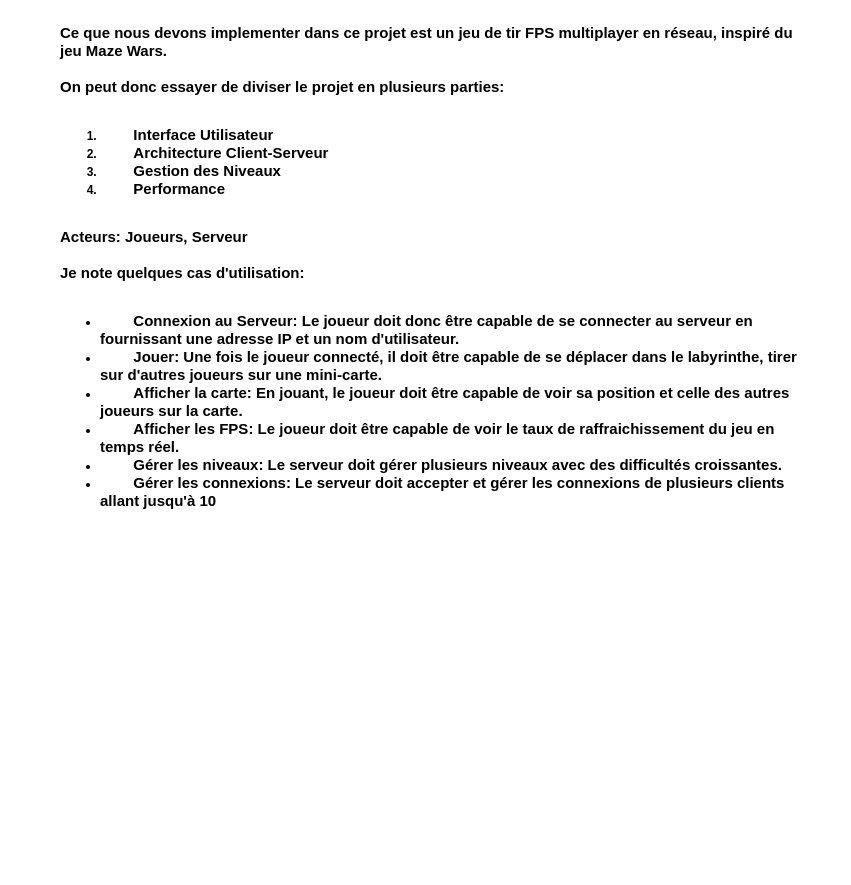
Above: multiplayer.drawio in codinggoline/diagrams (draw.io), before the change. Source tidied: cells renumbered, new cells numbered last; positions are measured from the earlier drawing's top-left corner, leaving out a move shared by most shapes. Both pictures are drawn from the tidied source at 100%, with x=0, y=0 at pixel (58, 17).
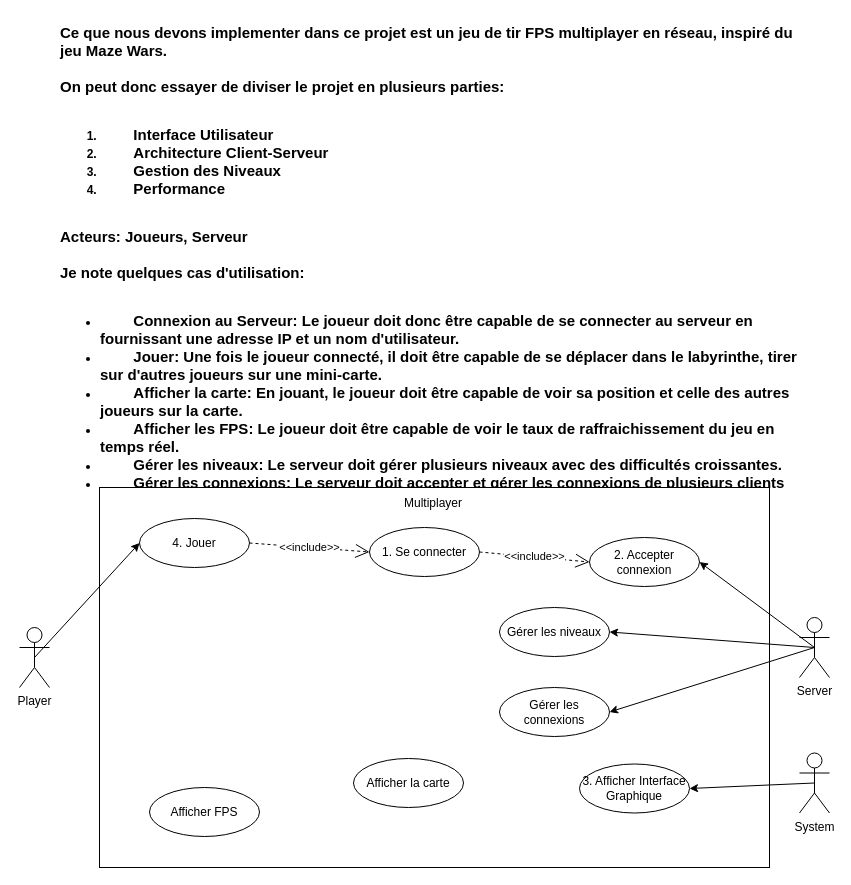
The same diagram, later.

Commit message:
Use case diagram

Change to the diagram source:
```diff
@@
+    <mxCell id="3" value="&lt;div align=&quot;left&quot;&gt;&lt;br&gt;&lt;/div&gt;" style="rounded=0;whiteSpace=wrap;html=1;" parent="1" vertex="1">
+      <mxGeometry x="41" y="470" width="670" height="380" as="geometry" />
+    </mxCell>
+    <mxCell id="4" value="Multiplayer" style="text;html=1;align=center;verticalAlign=middle;whiteSpace=wrap;rounded=0;" parent="1" vertex="1">
+      <mxGeometry x="345" y="471" width="60" height="30" as="geometry" />
+    </mxCell>
+    <mxCell id="5" style="rounded=0;jettySize=auto;html=1;exitX=0.5;exitY=0.5;exitDx=0;exitDy=0;exitPerimeter=0;entryX=0;entryY=0.5;entryDx=0;entryDy=0;" parent="1" edge="1" source="6" target="13">
+      <mxGeometry relative="1" as="geometry" />
+    </mxCell>
+    <mxCell id="6" value="Player" style="shape=umlActor;verticalLabelPosition=bottom;verticalAlign=top;html=1;outlineConnect=0;" parent="1" vertex="1">
+      <mxGeometry x="-39" y="610" width="30" height="60" as="geometry" />
+    </mxCell>
+    <mxCell id="7" style="rounded=0;jettySize=auto;html=1;exitX=0.5;exitY=0.5;exitDx=0;exitDy=0;exitPerimeter=0;entryX=1;entryY=0.5;entryDx=0;entryDy=0;" parent="1" edge="1" source="10" target="18">
+      <mxGeometry relative="1" as="geometry" />
+    </mxCell>
+    <mxCell id="8" style="rounded=0;jettySize=auto;html=1;exitX=0.5;exitY=0.5;exitDx=0;exitDy=0;exitPerimeter=0;entryX=1;entryY=0.5;entryDx=0;entryDy=0;" parent="1" edge="1" source="10" target="16">
+      <mxGeometry relative="1" as="geometry" />
+    </mxCell>
+    <mxCell id="9" style="rounded=0;jettySize=auto;html=1;exitX=0.5;exitY=0.5;exitDx=0;exitDy=0;exitPerimeter=0;entryX=1;entryY=0.5;entryDx=0;entryDy=0;" parent="1" edge="1" source="10" target="15">
+      <mxGeometry relative="1" as="geometry" />
+    </mxCell>
+    <mxCell id="10" value="&lt;div&gt;Server&lt;/div&gt;" style="shape=umlActor;verticalLabelPosition=bottom;verticalAlign=top;html=1;outlineConnect=0;" parent="1" vertex="1">
+      <mxGeometry x="741" y="600" width="30" height="60" as="geometry" />
+    </mxCell>
+    <mxCell id="11" style="rounded=0;jettySize=auto;html=1;exitX=0.5;exitY=0.5;exitDx=0;exitDy=0;exitPerimeter=0;entryX=1;entryY=0.5;entryDx=0;entryDy=0;" parent="1" edge="1" source="12" target="19">
+      <mxGeometry relative="1" as="geometry" />
+    </mxCell>
+    <mxCell id="12" value="System" style="shape=umlActor;verticalLabelPosition=bottom;verticalAlign=top;html=1;outlineConnect=0;" parent="1" vertex="1">
+      <mxGeometry x="741" y="735.5" width="30" height="60" as="geometry" />
+    </mxCell>
+    <mxCell id="13" value="4. Jouer" style="ellipse;whiteSpace=wrap;html=1;" parent="1" vertex="1">
+      <mxGeometry x="81" y="501" width="110" height="49" as="geometry" />
+    </mxCell>
+    <mxCell id="14" value="1. Se connecter" style="ellipse;whiteSpace=wrap;html=1;" parent="1" vertex="1">
+      <mxGeometry x="311" y="510" width="110" height="49" as="geometry" />
+    </mxCell>
+    <mxCell id="15" value="Gérer les niveaux" style="ellipse;whiteSpace=wrap;html=1;" parent="1" vertex="1">
+      <mxGeometry x="441" y="590" width="110" height="49" as="geometry" />
+    </mxCell>
+    <mxCell id="16" value="2. Accepter connexion" style="ellipse;whiteSpace=wrap;html=1;" parent="1" vertex="1">
+      <mxGeometry x="531" y="520" width="110" height="49" as="geometry" />
+    </mxCell>
+    <mxCell id="17" value="Afficher FPS" style="ellipse;whiteSpace=wrap;html=1;" parent="1" vertex="1">
+      <mxGeometry x="91" y="770" width="110" height="49" as="geometry" />
+    </mxCell>
+    <mxCell id="18" value="Gérer les connexions" style="ellipse;whiteSpace=wrap;html=1;" parent="1" vertex="1">
+      <mxGeometry x="441" y="670" width="110" height="49" as="geometry" />
+    </mxCell>
+    <mxCell id="19" value="3. Afficher Interface Graphique" style="ellipse;whiteSpace=wrap;html=1;" parent="1" vertex="1">
+      <mxGeometry x="521" y="746.5" width="110" height="49" as="geometry" />
+    </mxCell>
+    <mxCell id="20" value="Afficher la carte" style="ellipse;whiteSpace=wrap;html=1;" parent="1" vertex="1">
+      <mxGeometry x="295" y="741" width="110" height="49" as="geometry" />
+    </mxCell>
+    <mxCell id="21" value="&amp;lt;&amp;lt;include&amp;gt;&amp;gt;" style="endArrow=open;endSize=12;dashed=1;html=1;rounded=0;exitX=1;exitY=0.5;exitDx=0;exitDy=0;entryX=0;entryY=0.5;entryDx=0;entryDy=0;" parent="1" edge="1" source="13" target="14">
+      <mxGeometry relative="1" as="geometry" />
+    </mxCell>
+    <mxCell id="22" value="&amp;lt;&amp;lt;include&amp;gt;&amp;gt;" style="endArrow=open;endSize=12;dashed=1;html=1;rounded=0;exitX=1;exitY=0.5;exitDx=0;exitDy=0;entryX=0;entryY=0.5;entryDx=0;entryDy=0;" parent="1" edge="1" source="14" target="16">
+      <mxGeometry relative="1" as="geometry" />
+    </mxCell>
```
